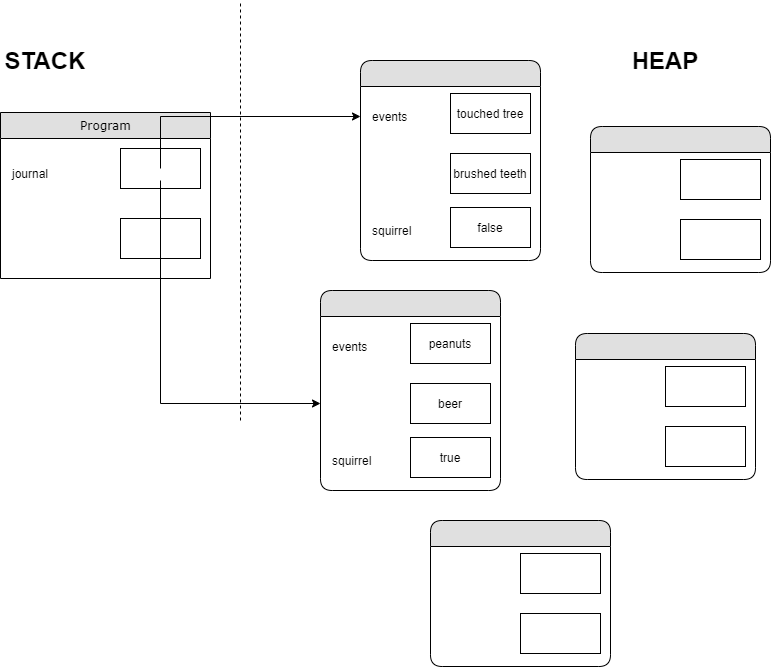
This is swd/unit01/session1-2/journal_memory_model/journal_memory_model.png from Kafune/sep2020-stud-kachung, a draw.io export, as it was before one commit. Source tidied: cells renumbered, new cells last; positions are measured from the earlier drawing's top-left corner, leaving out a move shared by most shapes.
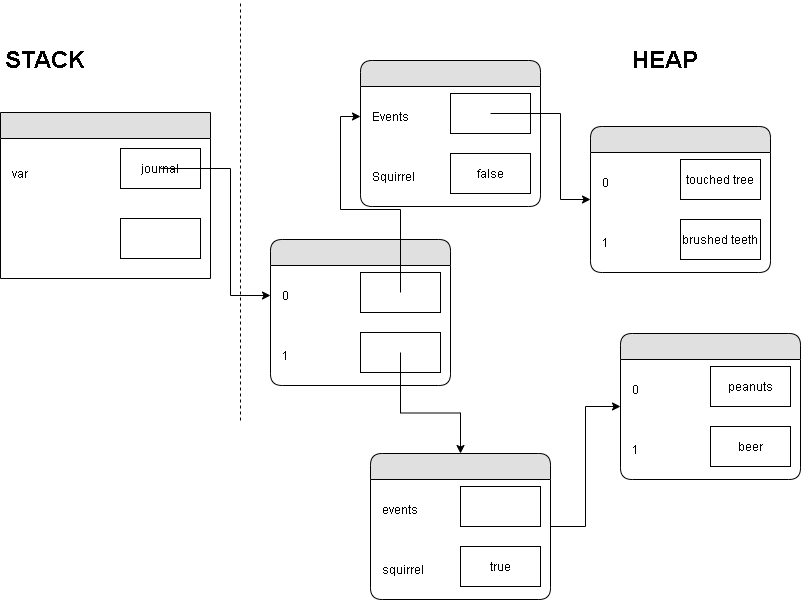
Later version of the same file.

Change to the diagram source:
```diff
@@ -2,127 +2,127 @@
   <root>
     <mxCell id="0" />
     <mxCell id="1" parent="0" />
+    <mxCell id="41" style="swimlane;html=1;fontStyle=0;horizontal=1;startSize=26;fillColor=#e0e0e0;swimlaneFillColor=#ffffff;align=center;rounded=0;shadow=0;comic=0;labelBackgroundColor=none;strokeColor=#000000;strokeWidth=1;fontFamily=Verdana;fontSize=12;fontColor=#000000;" parent="1" vertex="1">
+      <mxGeometry y="112" width="210" height="166" as="geometry" />
+    </mxCell>
+    <mxCell id="42" value="var" style="rounded=0;whiteSpace=wrap;html=1;strokeColor=none;strokeWidth=1;fillColor=none;align=left;labelPosition=center;verticalLabelPosition=middle;verticalAlign=middle;spacingLeft=10;" parent="41" vertex="1">
+      <mxGeometry y="26" width="210" height="70" as="geometry" />
+    </mxCell>
+    <mxCell id="6" value="journal" style="rounded=0;whiteSpace=wrap;html=1;strokeColor=#000000;strokeWidth=1;fillColor=none;points=[[0.5,0.5,0]];" parent="42" vertex="1">
+      <mxGeometry x="120" y="10" width="80" height="40" as="geometry" />
+    </mxCell>
+    <mxCell id="8" style="rounded=0;whiteSpace=wrap;html=1;strokeColor=none;strokeWidth=1;fillColor=none;align=left;labelPosition=center;verticalLabelPosition=middle;verticalAlign=middle;spacingLeft=10;" parent="41" vertex="1">
+      <mxGeometry y="96" width="210" height="70" as="geometry" />
+    </mxCell>
+    <mxCell id="43" style="rounded=0;whiteSpace=wrap;html=1;strokeColor=#000000;strokeWidth=1;fillColor=none;" parent="8" vertex="1">
+      <mxGeometry x="120" y="10" width="80" height="40" as="geometry" />
+    </mxCell>
     <mxCell id="2" value="&lt;font style=&quot;font-size: 24px&quot;&gt;&lt;b&gt;STACK&lt;/b&gt;&lt;/font&gt;" style="text;html=1;strokeColor=none;fillColor=none;align=center;verticalAlign=middle;whiteSpace=wrap;rounded=0;" parent="1" vertex="1">
       <mxGeometry y="50" width="90" height="20" as="geometry" />
     </mxCell>
     <mxCell id="3" value="&lt;font style=&quot;font-size: 24px&quot;&gt;&lt;b&gt;HEAP&lt;/b&gt;&lt;/font&gt;" style="text;html=1;strokeColor=none;fillColor=none;align=center;verticalAlign=middle;whiteSpace=wrap;rounded=0;" parent="1" vertex="1">
       <mxGeometry x="620" y="50" width="90" height="20" as="geometry" />
     </mxCell>
-    <mxCell id="4" style="endArrow=none;dashed=1;html=1;" parent="1" edge="1">
-      <mxGeometry relative="1" as="geometry">
-        <mxPoint x="240" y="420" as="sourcePoint" />
-        <mxPoint x="240" as="targetPoint" />
-      </mxGeometry>
-    </mxCell>
-    <mxCell id="5" value="Program" style="swimlane;html=1;fontStyle=0;horizontal=1;startSize=26;fillColor=#e0e0e0;swimlaneFillColor=#ffffff;align=center;rounded=0;shadow=0;comic=0;labelBackgroundColor=none;strokeColor=#000000;strokeWidth=1;fontFamily=Verdana;fontSize=12;fontColor=#000000;" parent="1" vertex="1">
-      <mxGeometry y="112" width="210" height="166" as="geometry" />
-    </mxCell>
-    <mxCell id="6" value="journal" style="rounded=0;whiteSpace=wrap;html=1;strokeColor=none;strokeWidth=1;fillColor=none;portConstraint=eastwest;align=left;labelPosition=center;verticalLabelPosition=middle;verticalAlign=middle;spacingLeft=10;" parent="5" vertex="1">
-      <mxGeometry y="26" width="210" height="70" as="geometry" />
-    </mxCell>
-    <mxCell id="7" style="rounded=0;whiteSpace=wrap;html=1;strokeColor=#000000;strokeWidth=1;fillColor=none;points=[[0.5,0.5,0]];" parent="6" vertex="1">
-      <mxGeometry x="120" y="10" width="80" height="40" as="geometry" />
-    </mxCell>
-    <mxCell id="8" style="rounded=0;whiteSpace=wrap;html=1;strokeColor=none;strokeWidth=1;fillColor=none;align=left;labelPosition=center;verticalLabelPosition=middle;verticalAlign=middle;spacingLeft=10;" parent="5" vertex="1">
-      <mxGeometry y="96" width="210" height="70" as="geometry" />
-    </mxCell>
-    <mxCell id="9" style="rounded=0;whiteSpace=wrap;html=1;strokeColor=#000000;strokeWidth=1;fillColor=none;" parent="8" vertex="1">
-      <mxGeometry x="120" y="10" width="80" height="40" as="geometry" />
-    </mxCell>
-    <mxCell id="10" style="swimlane;html=1;fontStyle=0;horizontal=1;startSize=26;fillColor=#e0e0e0;swimlaneFillColor=#ffffff;align=center;rounded=1;shadow=0;comic=0;labelBackgroundColor=none;strokeColor=#000000;strokeWidth=1;fontFamily=Verdana;fontSize=12;fontColor=#000000;" parent="1" vertex="1">
-      <mxGeometry x="360" y="60" width="180" height="200" as="geometry" />
-    </mxCell>
-    <mxCell id="11" value="events" style="rounded=0;whiteSpace=wrap;html=1;strokeColor=none;strokeWidth=1;fillColor=none;portConstraint=eastwest;align=left;labelPosition=center;verticalLabelPosition=middle;verticalAlign=middle;spacingLeft=10;" parent="10" vertex="1">
-      <mxGeometry y="26" width="180" height="60" as="geometry" />
-    </mxCell>
+    <mxCell id="44" style="endArrow=none;dashed=1;html=1;" parent="1" edge="1">
+      <mxGeometry relative="1" as="geometry">
+        <mxPoint x="240" y="420" as="sourcePoint" />
+        <mxPoint x="240" as="targetPoint" />
+      </mxGeometry>
+    </mxCell>
+    <mxCell id="45" style="swimlane;html=1;fontStyle=0;horizontal=1;startSize=26;fillColor=#e0e0e0;swimlaneFillColor=#ffffff;align=center;rounded=1;shadow=0;comic=0;labelBackgroundColor=none;strokeColor=#000000;strokeWidth=1;fontFamily=Verdana;fontSize=12;fontColor=#000000;" parent="1" vertex="1">
+      <mxGeometry x="360" y="60" width="180" height="146" as="geometry" />
+    </mxCell>
+    <mxCell id="46" value="Events" style="rounded=0;whiteSpace=wrap;html=1;strokeColor=none;strokeWidth=1;fillColor=none;portConstraint=eastwest;align=left;labelPosition=center;verticalLabelPosition=middle;verticalAlign=middle;spacingLeft=10;" parent="45" vertex="1">
+      <mxGeometry y="26" width="180" height="60" as="geometry" />
+    </mxCell>
+    <mxCell id="47" style="rounded=0;whiteSpace=wrap;html=1;strokeColor=#000000;strokeWidth=1;fillColor=none;points=[[0.5,0.5,0]];" parent="46" vertex="1">
+      <mxGeometry x="90" y="7" width="80" height="40" as="geometry" />
+    </mxCell>
+    <mxCell id="48" value="Squirrel" style="rounded=0;whiteSpace=wrap;html=1;strokeColor=none;strokeWidth=1;fillColor=none;align=left;labelPosition=center;verticalLabelPosition=middle;verticalAlign=middle;spacingLeft=10;" parent="45" vertex="1">
+      <mxGeometry y="86" width="180" height="60" as="geometry" />
+    </mxCell>
+    <mxCell id="16" value="false" style="rounded=0;whiteSpace=wrap;html=1;strokeColor=#000000;strokeWidth=1;fillColor=none;" parent="48" vertex="1">
+      <mxGeometry x="90" y="7" width="80" height="40" as="geometry" />
+    </mxCell>
+    <mxCell id="49" style="swimlane;html=1;fontStyle=0;horizontal=1;startSize=26;fillColor=#e0e0e0;swimlaneFillColor=#ffffff;align=center;rounded=1;shadow=0;comic=0;labelBackgroundColor=none;strokeColor=#000000;strokeWidth=1;fontFamily=Verdana;fontSize=12;fontColor=#000000;" parent="1" vertex="1">
+      <mxGeometry x="590" y="126" width="180" height="146" as="geometry" />
+    </mxCell>
+    <mxCell id="50" value="0" style="rounded=0;whiteSpace=wrap;html=1;strokeColor=none;strokeWidth=1;fillColor=none;align=left;labelPosition=center;verticalLabelPosition=middle;verticalAlign=middle;spacingLeft=10;" parent="49" vertex="1">
+      <mxGeometry y="26" width="180" height="60" as="geometry" />
+    </mxCell>
-    <mxCell id="12" value="touched tree" style="rounded=0;whiteSpace=wrap;html=1;strokeColor=#000000;strokeWidth=1;fillColor=none;" parent="11" vertex="1">
+    <mxCell id="12" value="touched tree" style="rounded=0;whiteSpace=wrap;html=1;strokeColor=#000000;strokeWidth=1;fillColor=none;" parent="50" vertex="1">
       <mxGeometry x="90" y="7" width="80" height="40" as="geometry" />
     </mxCell>
-    <mxCell id="13" style="rounded=0;whiteSpace=wrap;html=1;strokeColor=none;strokeWidth=1;fillColor=none;align=left;labelPosition=center;verticalLabelPosition=middle;verticalAlign=middle;spacingLeft=10;" parent="10" vertex="1">
-      <mxGeometry y="86" width="180" height="54" as="geometry" />
-    </mxCell>
+    <mxCell id="51" value="1" style="rounded=0;whiteSpace=wrap;html=1;strokeColor=none;strokeWidth=1;fillColor=none;align=left;labelPosition=center;verticalLabelPosition=middle;verticalAlign=middle;spacingLeft=10;" parent="49" vertex="1">
+      <mxGeometry y="86" width="180" height="60" as="geometry" />
+    </mxCell>
-    <mxCell id="14" value="brushed teeth" style="rounded=0;whiteSpace=wrap;html=1;strokeColor=#000000;strokeWidth=1;fillColor=none;" parent="13" vertex="1">
+    <mxCell id="14" value="brushed teeth" style="rounded=0;whiteSpace=wrap;html=1;strokeColor=#000000;strokeWidth=1;fillColor=none;" parent="51" vertex="1">
       <mxGeometry x="90" y="7" width="80" height="40" as="geometry" />
     </mxCell>
-    <mxCell id="15" value="squirrel" style="rounded=0;whiteSpace=wrap;html=1;strokeColor=none;strokeWidth=1;fillColor=none;align=left;labelPosition=center;verticalLabelPosition=middle;verticalAlign=middle;spacingLeft=10;" parent="13" vertex="1">
-      <mxGeometry y="54" width="180" height="60" as="geometry" />
-    </mxCell>
-    <mxCell id="16" value="false" style="rounded=0;whiteSpace=wrap;html=1;strokeColor=#000000;strokeWidth=1;fillColor=none;" parent="15" vertex="1">
-      <mxGeometry x="90" y="7" width="80" height="40" as="geometry" />
-    </mxCell>
-    <mxCell id="17" style="swimlane;html=1;fontStyle=0;horizontal=1;startSize=26;fillColor=#e0e0e0;swimlaneFillColor=#ffffff;align=center;rounded=1;shadow=0;comic=0;labelBackgroundColor=none;strokeColor=#000000;strokeWidth=1;fontFamily=Verdana;fontSize=12;fontColor=#000000;" parent="1" vertex="1">
-      <mxGeometry x="590" y="126" width="180" height="146" as="geometry" />
-    </mxCell>
-    <mxCell id="18" style="rounded=0;whiteSpace=wrap;html=1;strokeColor=none;strokeWidth=1;fillColor=none;align=left;labelPosition=center;verticalLabelPosition=middle;verticalAlign=middle;spacingLeft=10;" parent="17" vertex="1">
-      <mxGeometry y="26" width="180" height="60" as="geometry" />
-    </mxCell>
-    <mxCell id="19" style="rounded=0;whiteSpace=wrap;html=1;strokeColor=#000000;strokeWidth=1;fillColor=none;" parent="18" vertex="1">
-      <mxGeometry x="90" y="7" width="80" height="40" as="geometry" />
-    </mxCell>
-    <mxCell id="20" style="rounded=0;whiteSpace=wrap;html=1;strokeColor=none;strokeWidth=1;fillColor=none;align=left;labelPosition=center;verticalLabelPosition=middle;verticalAlign=middle;spacingLeft=10;" parent="17" vertex="1">
-      <mxGeometry y="86" width="180" height="60" as="geometry" />
-    </mxCell>
-    <mxCell id="21" style="rounded=0;whiteSpace=wrap;html=1;strokeColor=#000000;strokeWidth=1;fillColor=none;" parent="20" vertex="1">
-      <mxGeometry x="90" y="7" width="80" height="40" as="geometry" />
-    </mxCell>
-    <mxCell id="22" style="swimlane;html=1;fontStyle=0;horizontal=1;startSize=26;fillColor=#e0e0e0;swimlaneFillColor=#ffffff;align=center;rounded=1;shadow=0;comic=0;labelBackgroundColor=none;strokeColor=#000000;strokeWidth=1;fontFamily=Verdana;fontSize=12;fontColor=#000000;" parent="1" vertex="1">
-      <mxGeometry x="575" y="333" width="180" height="146" as="geometry" />
-    </mxCell>
-    <mxCell id="23" style="rounded=0;whiteSpace=wrap;html=1;strokeColor=none;strokeWidth=1;fillColor=none;align=left;labelPosition=center;verticalLabelPosition=middle;verticalAlign=middle;spacingLeft=10;" parent="22" vertex="1">
-      <mxGeometry y="26" width="180" height="60" as="geometry" />
-    </mxCell>
-    <mxCell id="24" style="rounded=0;whiteSpace=wrap;html=1;strokeColor=#000000;strokeWidth=1;fillColor=none;" parent="23" vertex="1">
-      <mxGeometry x="90" y="7" width="80" height="40" as="geometry" />
-    </mxCell>
-    <mxCell id="25" style="rounded=0;whiteSpace=wrap;html=1;strokeColor=none;strokeWidth=1;fillColor=none;align=left;labelPosition=center;verticalLabelPosition=middle;verticalAlign=middle;spacingLeft=10;" parent="22" vertex="1">
-      <mxGeometry y="86" width="180" height="60" as="geometry" />
-    </mxCell>
-    <mxCell id="26" style="rounded=0;whiteSpace=wrap;html=1;strokeColor=#000000;strokeWidth=1;fillColor=none;" parent="25" vertex="1">
-      <mxGeometry x="90" y="7" width="80" height="40" as="geometry" />
-    </mxCell>
-    <mxCell id="27" style="edgeStyle=orthogonalEdgeStyle;rounded=0;jettySize=auto;html=1;exitX=0.5;exitY=0.5;exitDx=0;exitDy=0;exitPerimeter=0;" parent="1" edge="1" source="7" target="11">
-      <mxGeometry relative="1" as="geometry" />
-    </mxCell>
-    <mxCell id="28" style="swimlane;html=1;fontStyle=0;horizontal=1;startSize=26;fillColor=#e0e0e0;swimlaneFillColor=#ffffff;align=center;rounded=1;shadow=0;comic=0;labelBackgroundColor=none;strokeColor=#000000;strokeWidth=1;fontFamily=Verdana;fontSize=12;fontColor=#000000;" parent="1" vertex="1">
-      <mxGeometry x="320" y="290" width="180" height="200" as="geometry" />
-    </mxCell>
-    <mxCell id="29" value="events" style="rounded=0;whiteSpace=wrap;html=1;strokeColor=none;strokeWidth=1;fillColor=none;align=left;labelPosition=center;verticalLabelPosition=middle;verticalAlign=middle;spacingLeft=10;" parent="28" vertex="1">
-      <mxGeometry y="26" width="180" height="60" as="geometry" />
-    </mxCell>
+    <mxCell id="52" style="edgeStyle=orthogonalEdgeStyle;rounded=0;jettySize=auto;html=1;" parent="1" edge="1" source="53" target="66">
+      <mxGeometry relative="1" as="geometry" />
+    </mxCell>
+    <mxCell id="53" style="swimlane;html=1;fontStyle=0;horizontal=1;startSize=26;fillColor=#e0e0e0;swimlaneFillColor=#ffffff;align=center;rounded=1;shadow=0;comic=0;labelBackgroundColor=none;strokeColor=#000000;strokeWidth=1;fontFamily=Verdana;fontSize=12;fontColor=#000000;" parent="1" vertex="1">
+      <mxGeometry x="370" y="453" width="180" height="146" as="geometry" />
+    </mxCell>
+    <mxCell id="54" value="events" style="rounded=0;whiteSpace=wrap;html=1;strokeColor=none;strokeWidth=1;fillColor=none;align=left;labelPosition=center;verticalLabelPosition=middle;verticalAlign=middle;spacingLeft=10;" parent="53" vertex="1">
+      <mxGeometry y="26" width="180" height="60" as="geometry" />
+    </mxCell>
+    <mxCell id="55" style="rounded=0;whiteSpace=wrap;html=1;strokeColor=#000000;strokeWidth=1;fillColor=none;" parent="54" vertex="1">
+      <mxGeometry x="90" y="7" width="80" height="40" as="geometry" />
+    </mxCell>
+    <mxCell id="56" value="squirrel" style="rounded=0;whiteSpace=wrap;html=1;strokeColor=none;strokeWidth=1;fillColor=none;align=left;labelPosition=center;verticalLabelPosition=middle;verticalAlign=middle;spacingLeft=10;" parent="53" vertex="1">
+      <mxGeometry y="86" width="180" height="60" as="geometry" />
+    </mxCell>
+    <mxCell id="34" value="true" style="rounded=0;whiteSpace=wrap;html=1;strokeColor=#000000;strokeWidth=1;fillColor=none;" parent="56" vertex="1">
+      <mxGeometry x="90" y="7" width="80" height="40" as="geometry" />
+    </mxCell>
+    <mxCell id="57" style="swimlane;html=1;fontStyle=0;horizontal=1;startSize=26;fillColor=#e0e0e0;swimlaneFillColor=#ffffff;align=center;rounded=1;shadow=0;comic=0;labelBackgroundColor=none;strokeColor=#000000;strokeWidth=1;fontFamily=Verdana;fontSize=12;fontColor=#000000;" parent="1" vertex="1">
+      <mxGeometry x="270" y="239" width="180" height="146" as="geometry" />
+    </mxCell>
+    <mxCell id="58" value="0" style="rounded=0;whiteSpace=wrap;html=1;strokeColor=none;strokeWidth=1;fillColor=none;portConstraint=eastwest;align=left;labelPosition=center;verticalLabelPosition=middle;verticalAlign=middle;spacingLeft=10;" parent="57" vertex="1">
+      <mxGeometry y="26" width="180" height="60" as="geometry" />
+    </mxCell>
+    <mxCell id="59" style="rounded=0;whiteSpace=wrap;html=1;strokeColor=#000000;strokeWidth=1;fillColor=none;points=[[0.5,0.5,0]];" parent="58" vertex="1">
+      <mxGeometry x="90" y="7" width="80" height="40" as="geometry" />
+    </mxCell>
+    <mxCell id="60" value="1" style="rounded=0;whiteSpace=wrap;html=1;strokeColor=none;strokeWidth=1;fillColor=none;align=left;labelPosition=center;verticalLabelPosition=middle;verticalAlign=middle;spacingLeft=10;" parent="57" vertex="1">
+      <mxGeometry y="86" width="180" height="60" as="geometry" />
+    </mxCell>
+    <mxCell id="61" style="rounded=0;whiteSpace=wrap;html=1;strokeColor=#000000;strokeWidth=1;fillColor=none;points=[[0.5,0.5,0]];" parent="60" vertex="1">
+      <mxGeometry x="90" y="7" width="80" height="40" as="geometry" />
+    </mxCell>
+    <mxCell id="62" style="edgeStyle=orthogonalEdgeStyle;rounded=0;jettySize=auto;html=1;exitX=0.5;exitY=0.5;exitDx=0;exitDy=0;exitPerimeter=0;" parent="1" edge="1" source="6" target="58">
+      <mxGeometry relative="1" as="geometry">
+        <Array as="points">
+          <mxPoint x="230" y="168" />
+          <mxPoint x="230" y="295" />
+        </Array>
+      </mxGeometry>
+    </mxCell>
+    <mxCell id="63" style="edgeStyle=orthogonalEdgeStyle;rounded=0;jettySize=auto;html=1;exitX=0.5;exitY=0.5;exitDx=0;exitDy=0;exitPerimeter=0;" parent="1" edge="1" source="59" target="46">
+      <mxGeometry relative="1" as="geometry" />
+    </mxCell>
+    <mxCell id="64" style="edgeStyle=orthogonalEdgeStyle;rounded=0;jettySize=auto;html=1;exitX=0.5;exitY=0.5;exitDx=0;exitDy=0;exitPerimeter=0;" parent="1" edge="1" source="47" target="49">
+      <mxGeometry relative="1" as="geometry" />
+    </mxCell>
+    <mxCell id="65" style="edgeStyle=orthogonalEdgeStyle;rounded=0;jettySize=auto;html=1;exitX=0.5;exitY=0.5;exitDx=0;exitDy=0;exitPerimeter=0;" parent="1" edge="1" source="61" target="53">
+      <mxGeometry relative="1" as="geometry" />
+    </mxCell>
+    <mxCell id="66" style="swimlane;html=1;fontStyle=0;horizontal=1;startSize=26;fillColor=#e0e0e0;swimlaneFillColor=#ffffff;align=center;rounded=1;shadow=0;comic=0;labelBackgroundColor=none;strokeColor=#000000;strokeWidth=1;fontFamily=Verdana;fontSize=12;fontColor=#000000;" parent="1" vertex="1">
+      <mxGeometry x="620" y="333" width="180" height="146" as="geometry" />
+    </mxCell>
+    <mxCell id="67" value="0" style="rounded=0;whiteSpace=wrap;html=1;strokeColor=none;strokeWidth=1;fillColor=none;align=left;labelPosition=center;verticalLabelPosition=middle;verticalAlign=middle;spacingLeft=10;" parent="66" vertex="1">
+      <mxGeometry y="26" width="180" height="60" as="geometry" />
+    </mxCell>
-    <mxCell id="30" value="peanuts" style="rounded=0;whiteSpace=wrap;html=1;strokeColor=#000000;strokeWidth=1;fillColor=none;" parent="29" vertex="1">
+    <mxCell id="30" value="peanuts" style="rounded=0;whiteSpace=wrap;html=1;strokeColor=#000000;strokeWidth=1;fillColor=none;" parent="67" vertex="1">
       <mxGeometry x="90" y="7" width="80" height="40" as="geometry" />
     </mxCell>
-    <mxCell id="31" style="rounded=0;whiteSpace=wrap;html=1;strokeColor=none;strokeWidth=1;fillColor=none;portConstraint=eastwest;align=left;labelPosition=center;verticalLabelPosition=middle;verticalAlign=middle;spacingLeft=10;" parent="28" vertex="1">
-      <mxGeometry y="86" width="180" height="54" as="geometry" />
-    </mxCell>
+    <mxCell id="68" value="1" style="rounded=0;whiteSpace=wrap;html=1;strokeColor=none;strokeWidth=1;fillColor=none;align=left;labelPosition=center;verticalLabelPosition=middle;verticalAlign=middle;spacingLeft=10;" parent="66" vertex="1">
+      <mxGeometry y="86" width="180" height="60" as="geometry" />
+    </mxCell>
-    <mxCell id="32" value="beer" style="rounded=0;whiteSpace=wrap;html=1;strokeColor=#000000;strokeWidth=1;fillColor=none;" parent="31" vertex="1">
+    <mxCell id="32" value="beer" style="rounded=0;whiteSpace=wrap;html=1;strokeColor=#000000;strokeWidth=1;fillColor=none;" parent="68" vertex="1">
       <mxGeometry x="90" y="7" width="80" height="40" as="geometry" />
     </mxCell>
-    <mxCell id="33" value="squirrel" style="rounded=0;whiteSpace=wrap;html=1;strokeColor=none;strokeWidth=1;fillColor=none;align=left;labelPosition=center;verticalLabelPosition=middle;verticalAlign=middle;spacingLeft=10;" parent="31" vertex="1">
-      <mxGeometry y="54" width="180" height="60" as="geometry" />
-    </mxCell>
-    <mxCell id="34" value="true" style="rounded=0;whiteSpace=wrap;html=1;strokeColor=#000000;strokeWidth=1;fillColor=none;" parent="33" vertex="1">
-      <mxGeometry x="90" y="7" width="80" height="40" as="geometry" />
-    </mxCell>
-    <mxCell id="35" style="swimlane;html=1;fontStyle=0;horizontal=1;startSize=26;fillColor=#e0e0e0;swimlaneFillColor=#ffffff;align=center;rounded=1;shadow=0;comic=0;labelBackgroundColor=none;strokeColor=#000000;strokeWidth=1;fontFamily=Verdana;fontSize=12;fontColor=#000000;" parent="1" vertex="1">
-      <mxGeometry x="430" y="520" width="180" height="146" as="geometry" />
-    </mxCell>
-    <mxCell id="36" style="rounded=0;whiteSpace=wrap;html=1;strokeColor=none;strokeWidth=1;fillColor=none;align=left;labelPosition=center;verticalLabelPosition=middle;verticalAlign=middle;spacingLeft=10;" parent="35" vertex="1">
-      <mxGeometry y="26" width="180" height="60" as="geometry" />
-    </mxCell>
-    <mxCell id="37" style="rounded=0;whiteSpace=wrap;html=1;strokeColor=#000000;strokeWidth=1;fillColor=none;" parent="36" vertex="1">
-      <mxGeometry x="90" y="7" width="80" height="40" as="geometry" />
-    </mxCell>
-    <mxCell id="38" style="rounded=0;whiteSpace=wrap;html=1;strokeColor=none;strokeWidth=1;fillColor=none;align=left;labelPosition=center;verticalLabelPosition=middle;verticalAlign=middle;spacingLeft=10;" parent="35" vertex="1">
-      <mxGeometry y="86" width="180" height="60" as="geometry" />
-    </mxCell>
-    <mxCell id="39" style="rounded=0;whiteSpace=wrap;html=1;strokeColor=#000000;strokeWidth=1;fillColor=none;" parent="38" vertex="1">
-      <mxGeometry x="90" y="7" width="80" height="40" as="geometry" />
-    </mxCell>
-    <mxCell id="40" style="edgeStyle=orthogonalEdgeStyle;rounded=0;jettySize=auto;html=1;" parent="1" edge="1" target="31">
-      <mxGeometry relative="1" as="geometry">
-        <mxPoint x="160" y="180" as="sourcePoint" />
-      </mxGeometry>
-    </mxCell>
   </root>
 </mxGraphModel>
```
